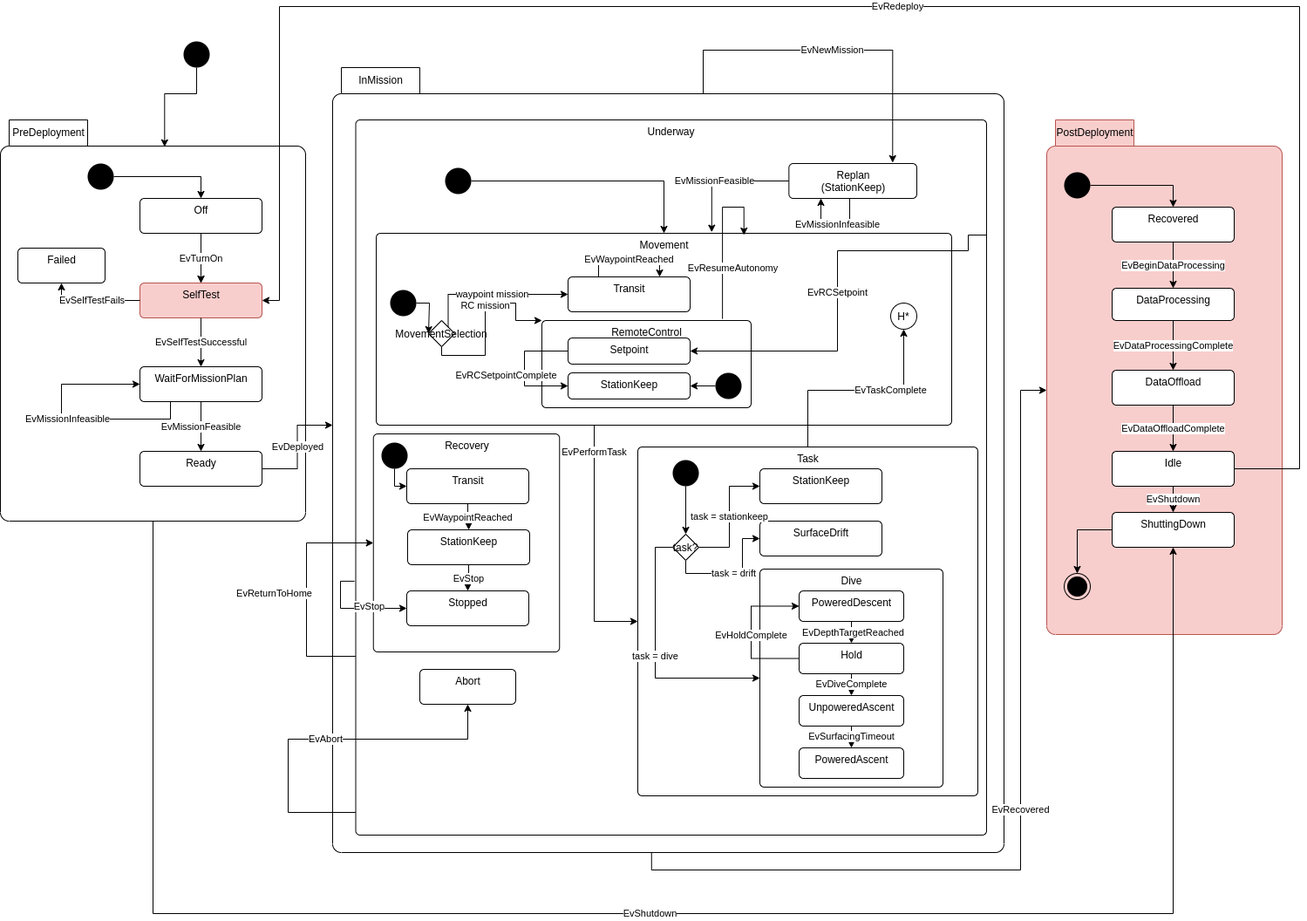
jaiarobotics/jaiabot keeps this draw.io diagram as src/doc/figures/mission-states.png. Above is the earlier version. Source tidied: cells renumbered, new cells last; positions are measured from the earlier drawing's top-left corner, leaving out a move shared by most shapes.
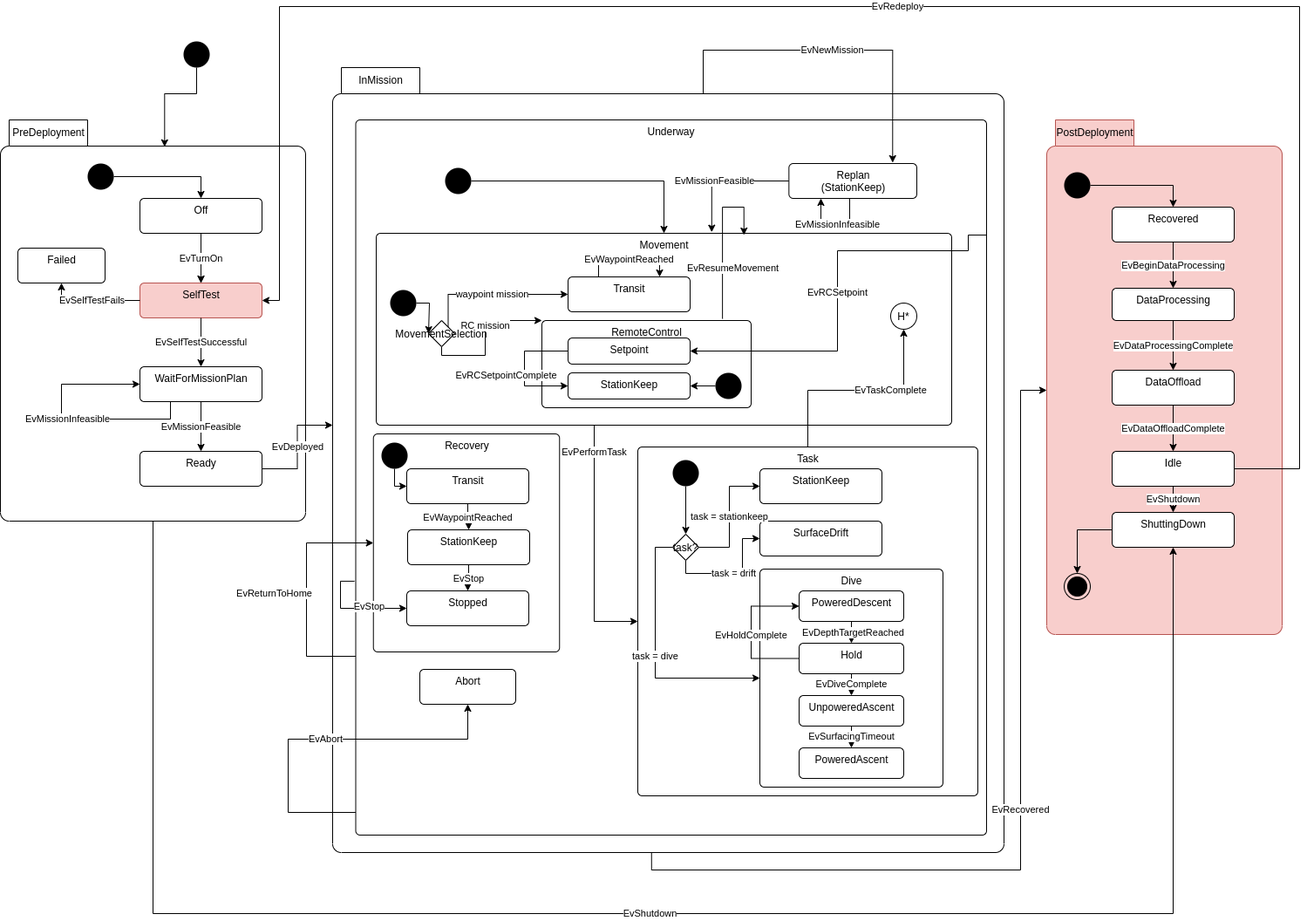
After the change.

Commit message:
Update enumerations to track states

What changed in the source:
```diff
@@ -320,8 +320,7 @@
         <Array as="points">
           <mxPoint x="105" y="230" />
           <mxPoint x="155" y="230" />
-          <mxPoint x="155" y="170" />
-          <mxPoint x="190" y="170" />
+          <mxPoint x="155" y="190" />
         </Array>
       </mxGeometry>
     </mxCell>
@@ -336,7 +335,7 @@
         </Array>
       </mxGeometry>
     </mxCell>
-    <mxCell id="83" value="EvResumeAutonomy" style="edgeStyle=orthogonalEdgeStyle;rounded=0;jettySize=auto;html=1;entryX=0.639;entryY=0.009;entryDx=0;entryDy=0;exitX=0.863;exitY=-0.02;exitDx=0;exitDy=0;jumpStyle=arc;exitPerimeter=0;entryPerimeter=0;" parent="30" edge="1" source="85" target="34">
+    <mxCell id="83" value="EvResumeMovement" style="edgeStyle=orthogonalEdgeStyle;rounded=0;jettySize=auto;html=1;entryX=0.639;entryY=0.009;entryDx=0;entryDy=0;exitX=0.863;exitY=-0.02;exitDx=0;exitDy=0;jumpStyle=arc;exitPerimeter=0;entryPerimeter=0;" parent="30" edge="1" source="85" target="34">
       <mxGeometry x="-0.37" y="-12" relative="1" as="geometry">
         <Array as="points">
           <mxPoint x="427" y="60" />
```
